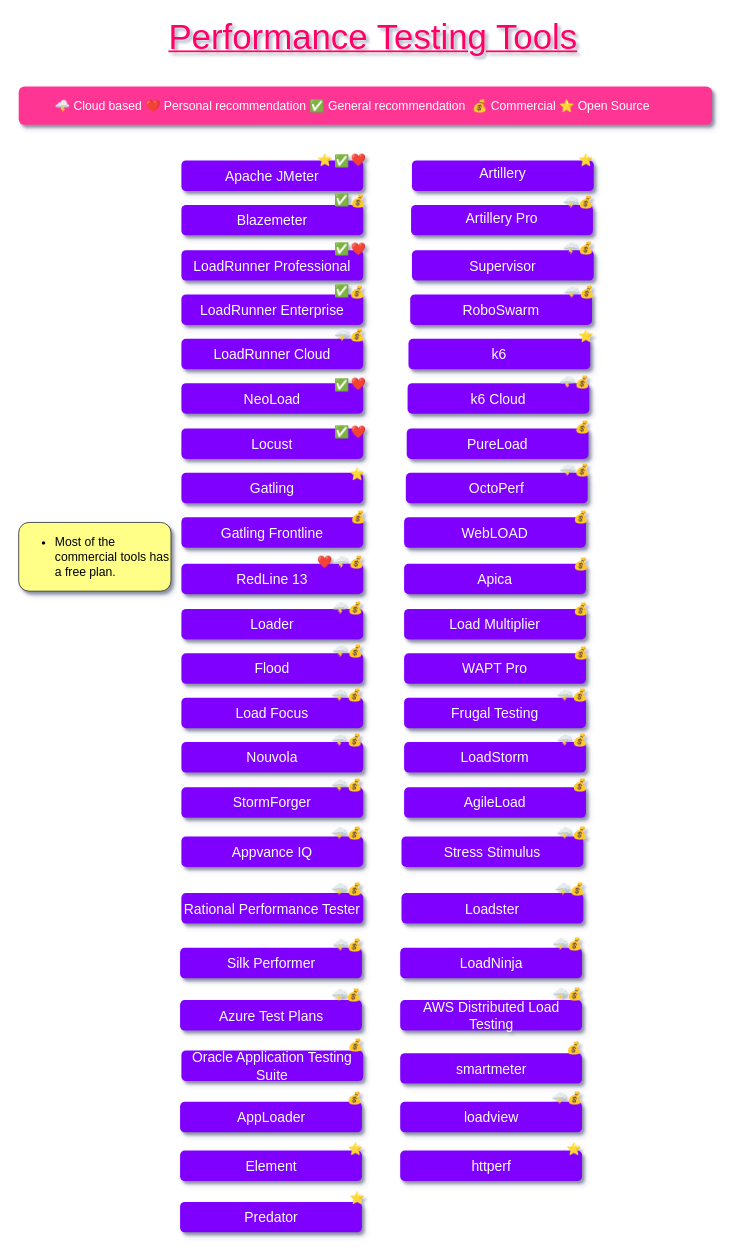
This is PerformanceTestingTools.drawio from QAInsights/Performance-Testing-Tools, a draw.io file, before an edit. Source tidied: cells renumbered, new cells numbered last; positions are measured from the earlier drawing's top-left corner, leaving out a move shared by most shapes. Both pictures are drawn from the tidied source at 87%, with x=0, y=0 at pixel (18, 27).
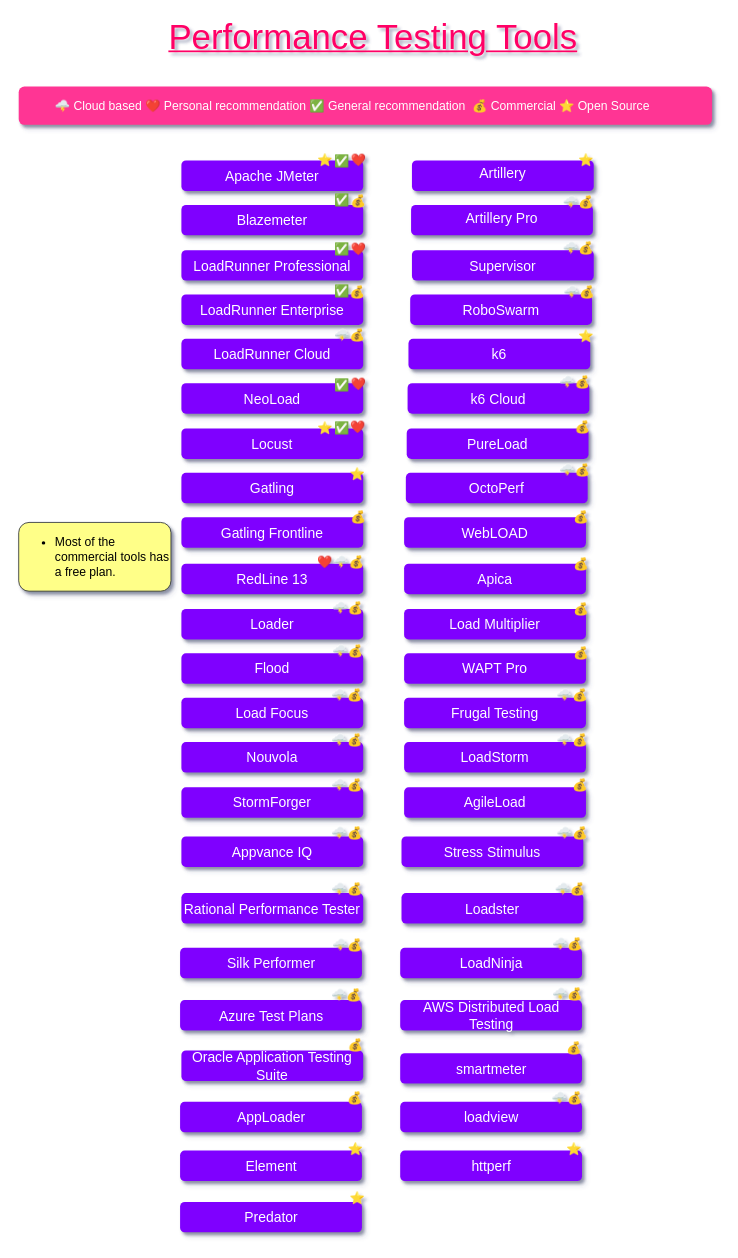
After the change.

The edit, as a diff of the source:
```diff
@@
     <mxCell id="35" value="❤️" style="text;html=1;strokeColor=none;fillColor=none;align=center;verticalAlign=middle;whiteSpace=wrap;rounded=0;shadow=1;glass=0;labelBackgroundColor=none;sketch=0;fontFamily=Ubuntu;fontSize=14;fontColor=#FFFFFF;" parent="1" vertex="1">
-      <mxGeometry x="371" y="455" width="40" height="20" as="geometry" />
+      <mxGeometry x="370" y="449" width="40" height="20" as="geometry" />
     </mxCell>
@@
     <mxCell id="39" value="&lt;font style=&quot;font-size: 14px&quot;&gt;✅&lt;/font&gt;" style="text;html=1;align=center;verticalAlign=middle;fontSize=14;fontFamily=Ubuntu;fontColor=#FFFFFF;" parent="1" vertex="1">
-      <mxGeometry x="356" y="454" width="29" height="21" as="geometry" />
+      <mxGeometry x="356" y="449" width="29" height="21" as="geometry" />
     </mxCell>
@@
+    <mxCell id="149" value="&lt;font style=&quot;font-size: 14px&quot;&gt;⭐&lt;/font&gt;" style="text;html=1;align=center;verticalAlign=middle;fontSize=16;fontFamily=Ubuntu;fontColor=#FFFFFF;" parent="1" vertex="1">
+      <mxGeometry x="337" y="446.5" width="29" height="24" as="geometry" />
+    </mxCell>
```
